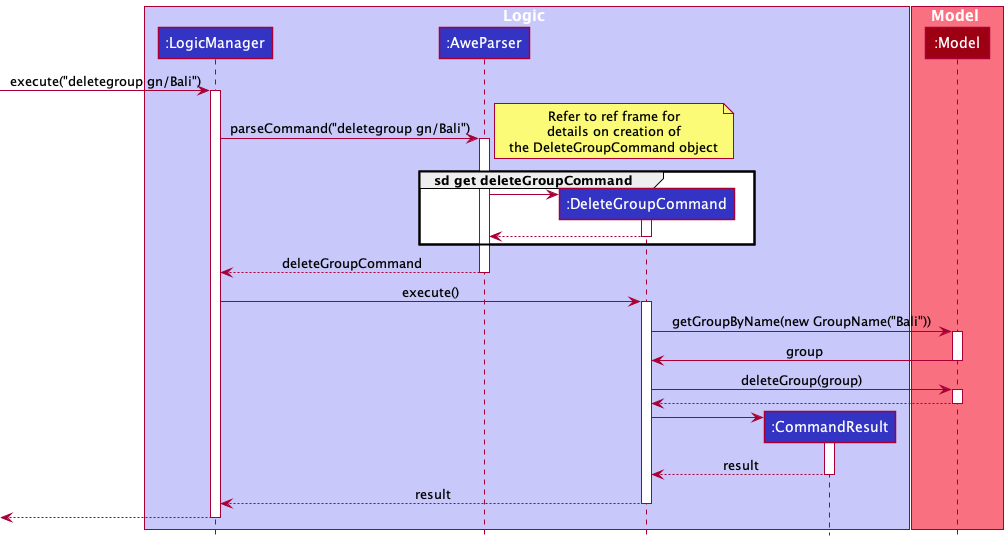
Before: docs/images/DeleteGroupSequenceDiagram.png, a diagram exported from PlantUML (ramapriyan912001/tp).
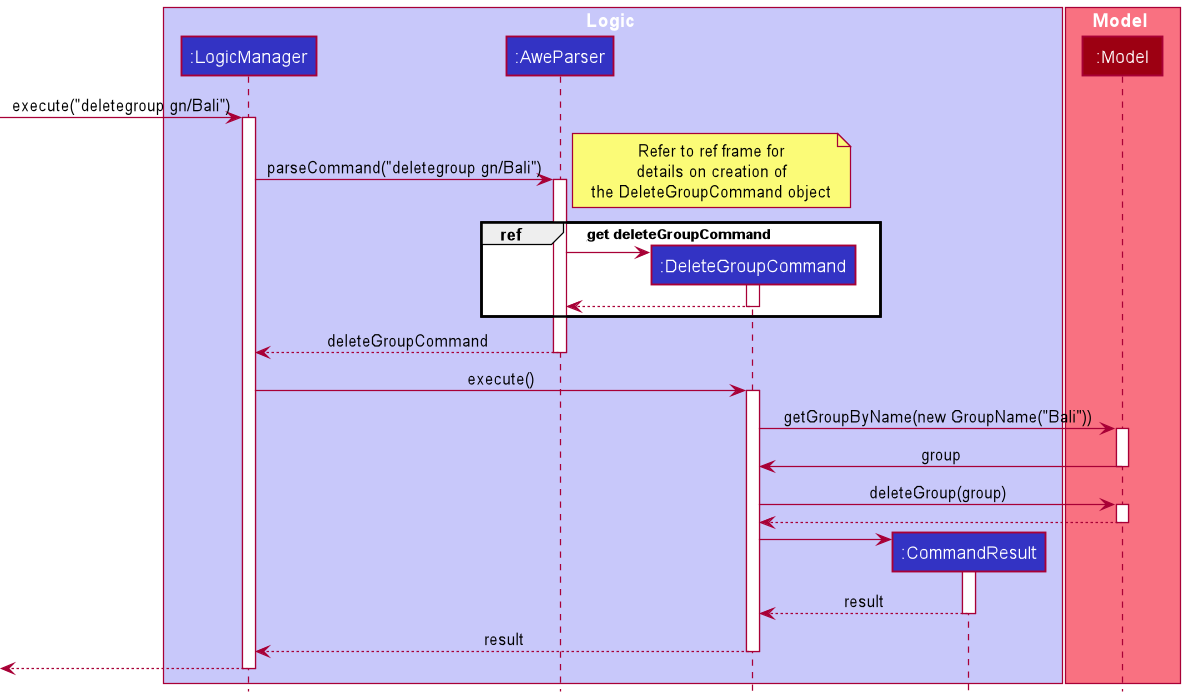
After the commit.

What changed in the source:
```diff
@@ -23,7 +23,7 @@
 details on creation of
 the DeleteGroupCommand object
 end note
-group sd get deleteGroupCommand
+group ref [get deleteGroupCommand]
 create DeleteGroupCommand
 AweParser -> DeleteGroupCommand
 activate DeleteGroupCommand
```
